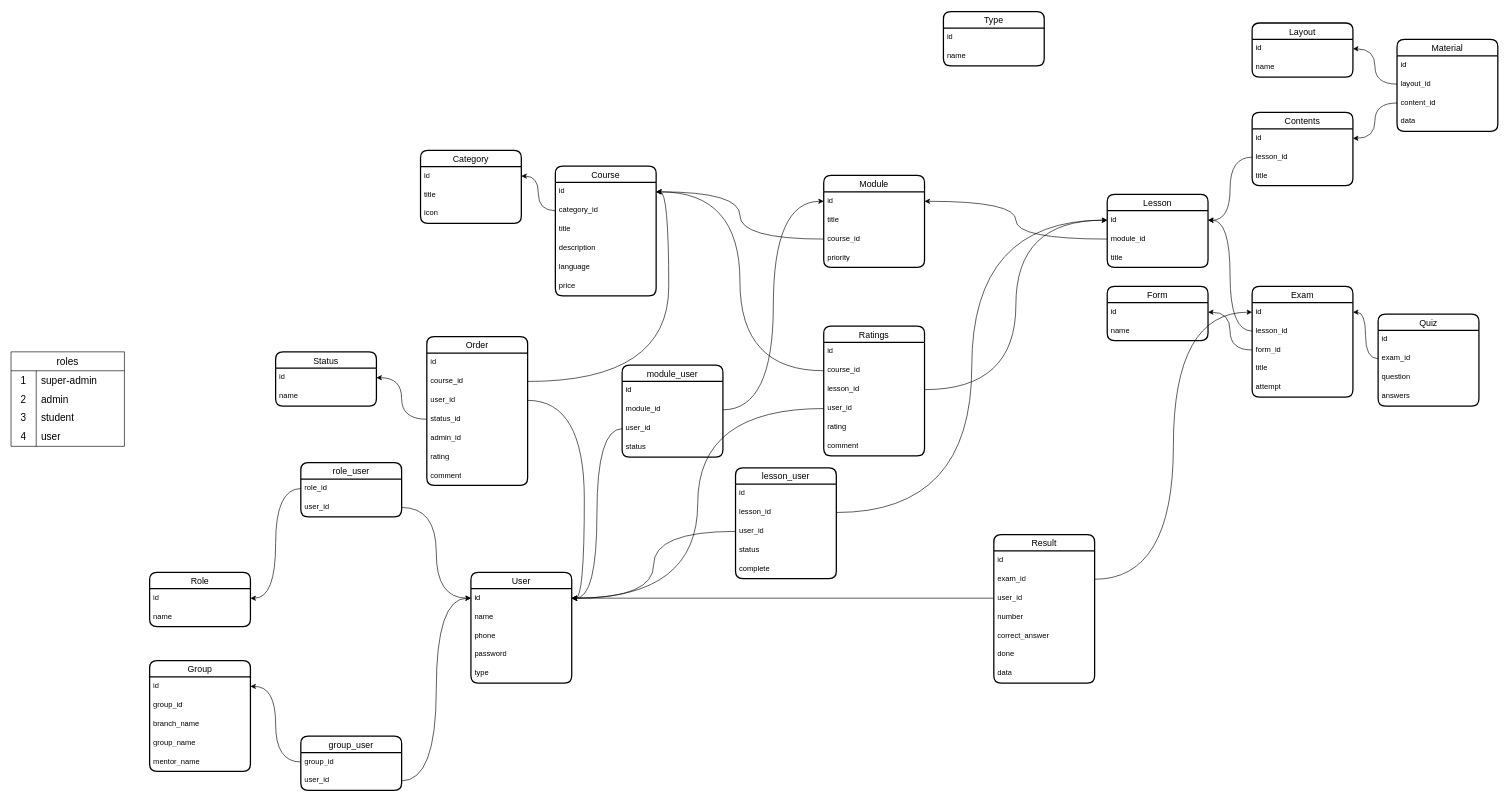
This is newaction.drawio from iztileuoff/databases, a draw.io file, before an edit. Source tidied: cells renumbered, new cells numbered last; positions are measured from the earlier drawing's top-left corner, leaving out a move shared by most shapes. Both pictures are drawn from the tidied source at 63%, with x=0, y=0 at pixel (11, 11).
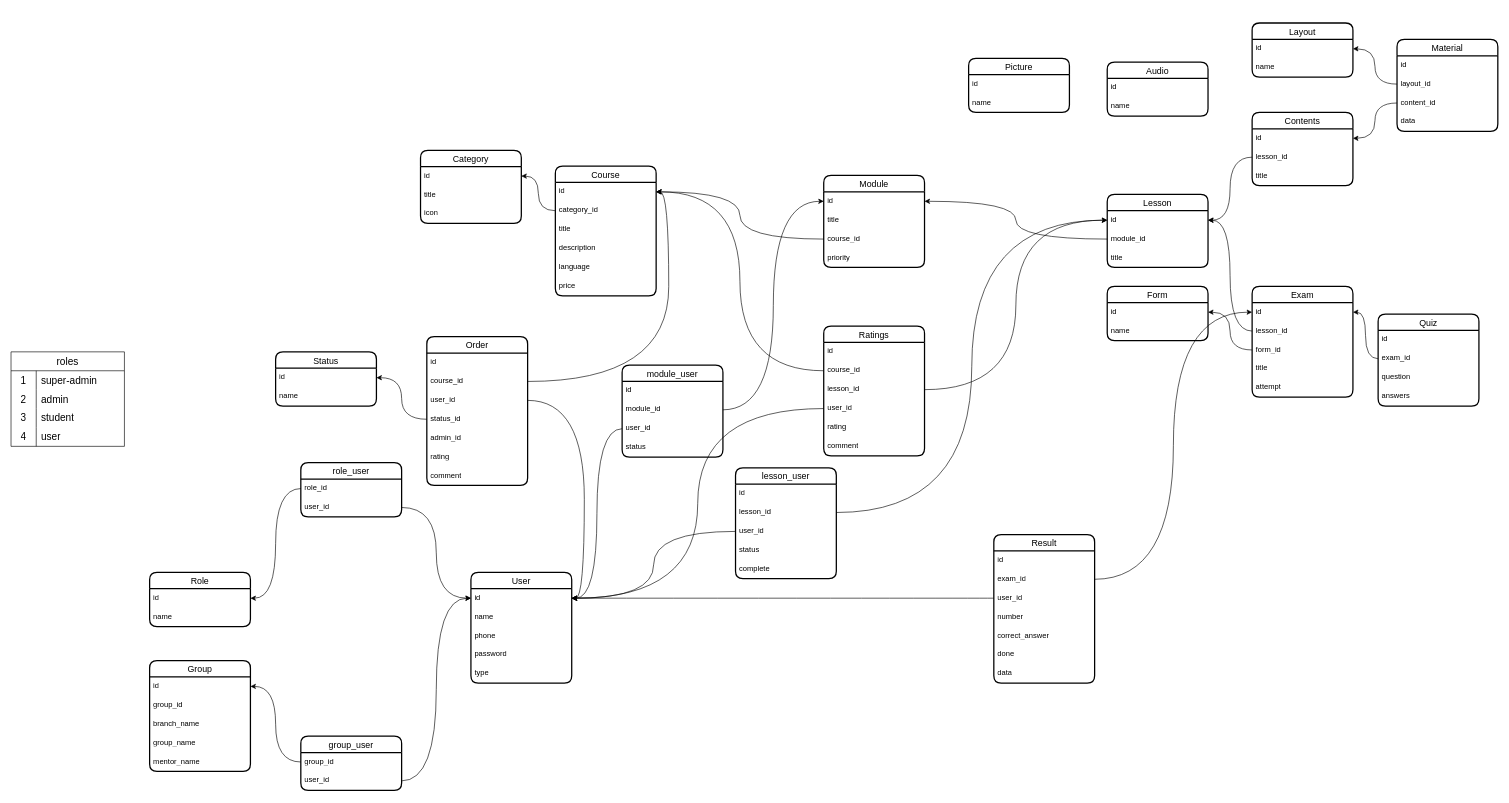
After the change.

Change to the diagram source:
```diff
@@
-    <mxCell id="134" value="Type" style="swimlane;fontStyle=0;horizontal=1;startSize=26;align=center;fontSize=14;strokeWidth=2;rounded=1;shadow=0;glass=0;swimlaneLine=1;" parent="1" vertex="1">
-      <mxGeometry x="1480" width="160" height="86" as="geometry" />
-    </mxCell>
-    <mxCell id="135" value="id" style="text;strokeColor=none;fillColor=none;spacingLeft=4;spacingRight=4;overflow=hidden;fontSize=12;whiteSpace=wrap;html=1;" parent="134" vertex="1">
-      <mxGeometry y="26" width="160" height="30" as="geometry" />
-    </mxCell>
-    <mxCell id="136" value="name" style="text;strokeColor=none;fillColor=none;spacingLeft=4;spacingRight=4;overflow=hidden;fontSize=12;whiteSpace=wrap;html=1;" parent="134" vertex="1">
-      <mxGeometry y="56" width="160" height="30" as="geometry" />
-    </mxCell>
@@
+    <mxCell id="147" value="Picture" style="swimlane;fontStyle=0;horizontal=1;startSize=26;align=center;fontSize=14;strokeWidth=2;rounded=1;shadow=0;glass=0;swimlaneLine=1;" parent="1" vertex="1">
+      <mxGeometry x="1520" y="74" width="160" height="86" as="geometry" />
+    </mxCell>
+    <mxCell id="148" value="id" style="text;strokeColor=none;fillColor=none;spacingLeft=4;spacingRight=4;overflow=hidden;fontSize=12;whiteSpace=wrap;html=1;" parent="147" vertex="1">
+      <mxGeometry y="26" width="160" height="30" as="geometry" />
+    </mxCell>
+    <mxCell id="149" value="name" style="text;strokeColor=none;fillColor=none;spacingLeft=4;spacingRight=4;overflow=hidden;fontSize=12;whiteSpace=wrap;html=1;" parent="147" vertex="1">
+      <mxGeometry y="56" width="160" height="30" as="geometry" />
+    </mxCell>
+    <mxCell id="150" value="Audio" style="swimlane;fontStyle=0;horizontal=1;startSize=26;align=center;fontSize=14;strokeWidth=2;rounded=1;shadow=0;glass=0;swimlaneLine=1;" parent="1" vertex="1">
+      <mxGeometry x="1740" y="80" width="160" height="86" as="geometry" />
+    </mxCell>
+    <mxCell id="151" value="id" style="text;strokeColor=none;fillColor=none;spacingLeft=4;spacingRight=4;overflow=hidden;fontSize=12;whiteSpace=wrap;html=1;" parent="150" vertex="1">
+      <mxGeometry y="26" width="160" height="30" as="geometry" />
+    </mxCell>
+    <mxCell id="152" value="name" style="text;strokeColor=none;fillColor=none;spacingLeft=4;spacingRight=4;overflow=hidden;fontSize=12;whiteSpace=wrap;html=1;" parent="150" vertex="1">
+      <mxGeometry y="56" width="160" height="30" as="geometry" />
+    </mxCell>
```
